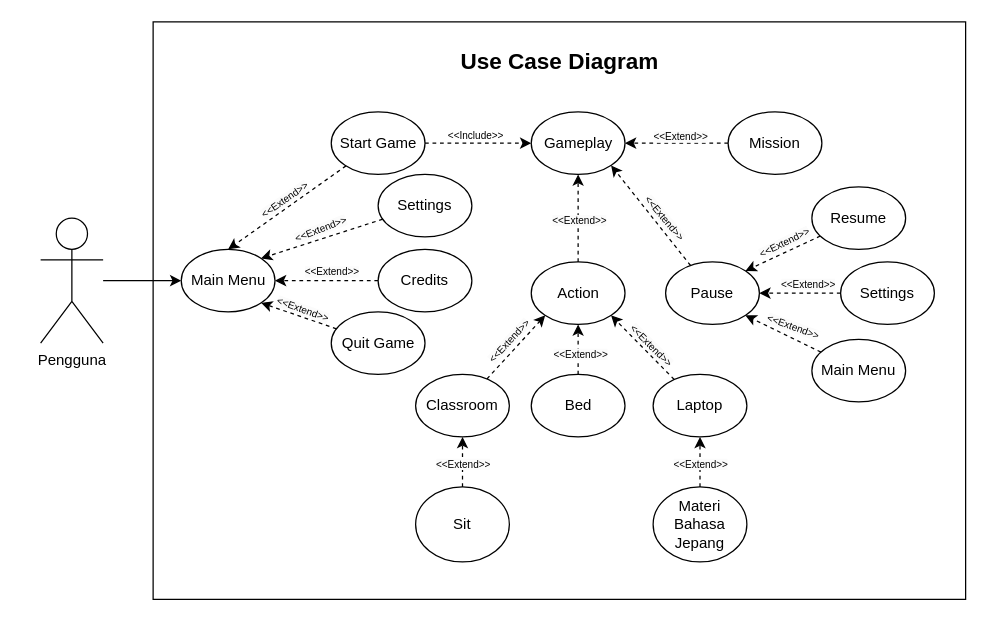
Earlier version of the draw.io diagram skripsi/skripsi/gambar/BAB III/Use Case/Use Case Diagram.drawio (hako-975/UNPAM-File). Source tidied: cells renumbered, new cells numbered last; positions are measured from the earlier drawing's top-left corner, leaving out a move shared by most shapes. Both pictures are drawn from the tidied source at 125%, with x=0, y=0 at pixel (40, 21).
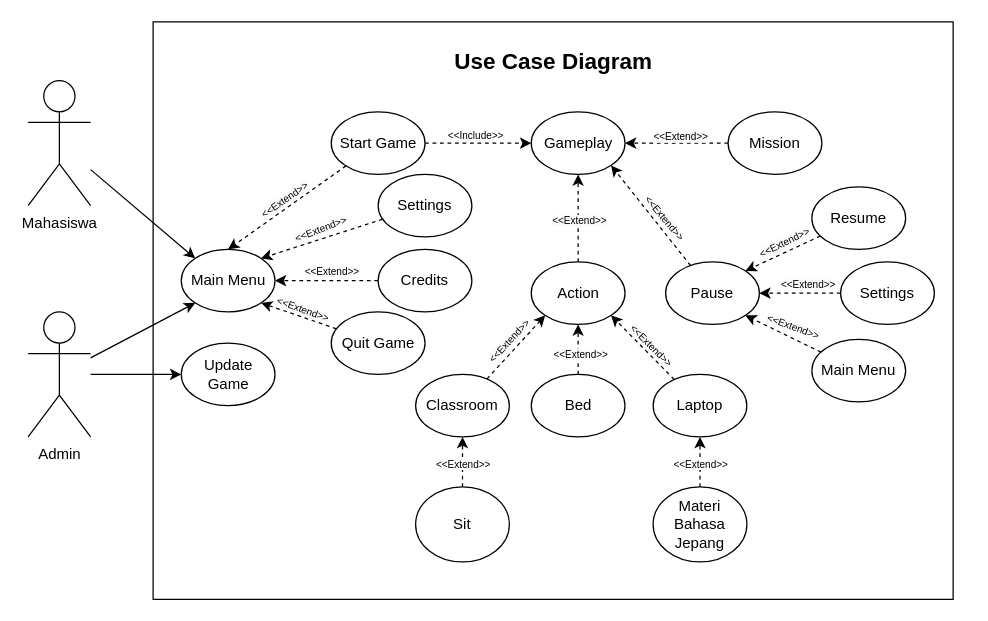
After the change.

Unchanged cells that the change refers to:
```xml
<mxCell id="6" value="Main Menu" style="ellipse;whiteSpace=wrap;html=1;" parent="1" vertex="1">
  <mxGeometry x="112.5" y="182" width="75" height="50" as="geometry" />
</mxCell>
```

Change to the diagram source:
```diff
@@
     <mxCell id="2" style="rounded=0;whiteSpace=wrap;html=1;" parent="1" vertex="1">
-      <mxGeometry x="90" width="650" height="462" as="geometry" />
+      <mxGeometry x="90" width="640" height="462" as="geometry" />
     </mxCell>
     <mxCell id="3" value="&lt;b&gt;&lt;font style=&quot;font-size: 18px;&quot;&gt;Use Case Diagram&lt;/font&gt;&lt;/b&gt;" style="text;html=1;align=center;verticalAlign=middle;strokeColor=none;fillColor=none;" parent="1" vertex="1">
-      <mxGeometry x="325" y="12" width="180" height="40" as="geometry" />
+      <mxGeometry x="320" y="12" width="180" height="40" as="geometry" />
     </mxCell>
-    <mxCell id="4" style="rounded=0;jettySize=auto;html=1;entryX=0;entryY=0.5;entryDx=0;entryDy=0;" parent="1" edge="1" source="5" target="6">
+    <mxCell id="4" style="rounded=0;jettySize=auto;html=1;entryX=0;entryY=0;entryDx=0;entryDy=0;" parent="1" edge="1" source="5" target="6">
       <mxGeometry relative="1" as="geometry" />
     </mxCell>
-    <mxCell id="5" value="Pengguna" style="shape=umlActor;verticalLabelPosition=bottom;verticalAlign=top;html=1;outlineConnect=0;" parent="1" vertex="1">
-      <mxGeometry y="157" width="50" height="100" as="geometry" />
+    <mxCell id="5" value="Mahasiswa" style="shape=umlActor;verticalLabelPosition=bottom;verticalAlign=top;html=1;outlineConnect=0;" parent="1" vertex="1">
+      <mxGeometry x="-10" y="47" width="50" height="100" as="geometry" />
     </mxCell>
@@
+    <mxCell id="56" style="rounded=0;jettySize=auto;html=1;entryX=0;entryY=0.5;entryDx=0;entryDy=0;" parent="1" edge="1" source="58" target="59">
+      <mxGeometry relative="1" as="geometry" />
+    </mxCell>
+    <mxCell id="57" style="rounded=0;jettySize=auto;html=1;entryX=0;entryY=1;entryDx=0;entryDy=0;" parent="1" edge="1" source="58" target="6">
+      <mxGeometry relative="1" as="geometry" />
+    </mxCell>
+    <mxCell id="58" value="Admin" style="shape=umlActor;verticalLabelPosition=bottom;verticalAlign=top;html=1;outlineConnect=0;" parent="1" vertex="1">
+      <mxGeometry x="-10" y="232" width="50" height="100" as="geometry" />
+    </mxCell>
+    <mxCell id="59" value="Update Game" style="ellipse;whiteSpace=wrap;html=1;" parent="1" vertex="1">
+      <mxGeometry x="112.5" y="257" width="75" height="50" as="geometry" />
+    </mxCell>
```
